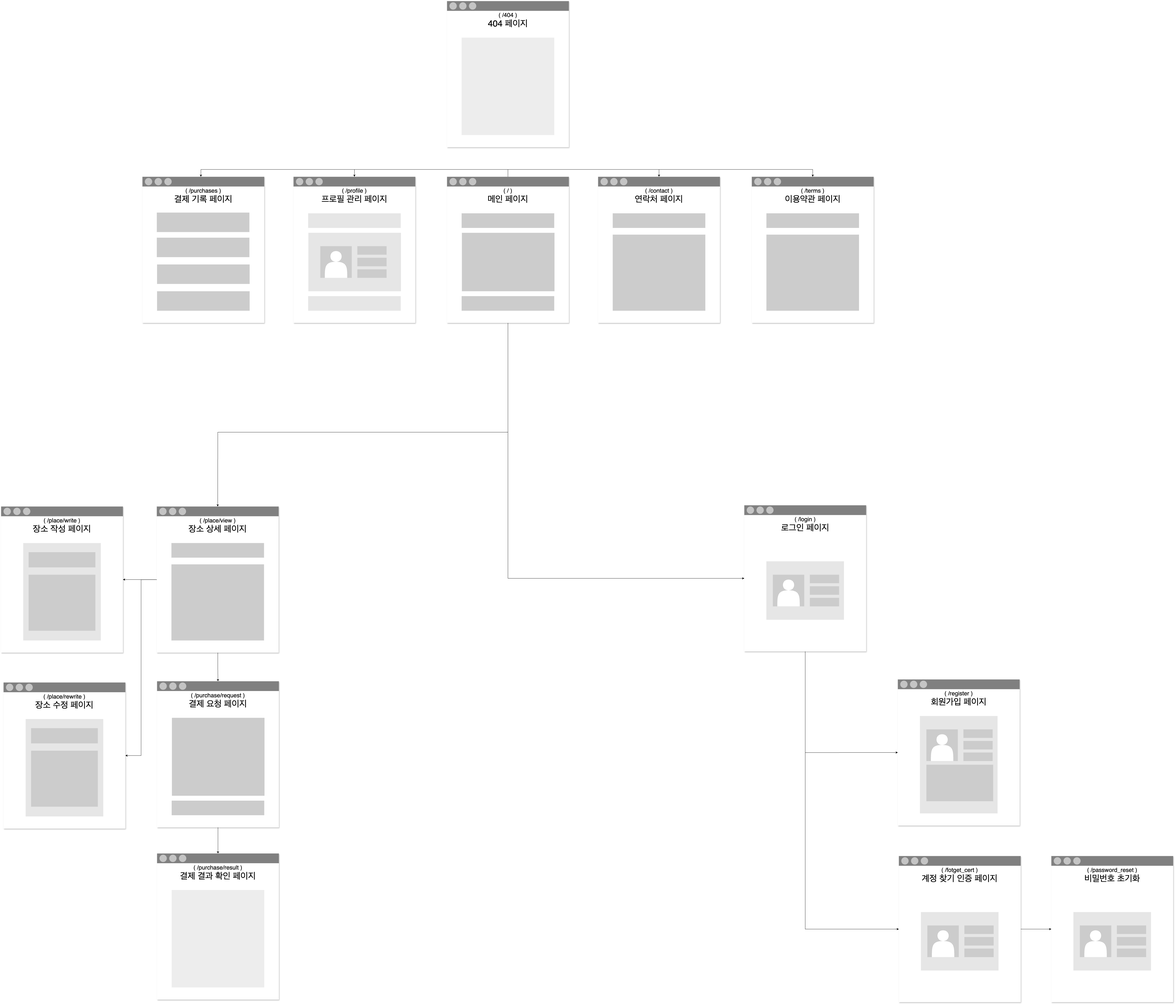
Earlier version of the draw.io export Docs/sitemap.drawio.png (astlexbudler/Apy_Thesoom). Source tidied: cells renumbered, new cells last; positions are measured from the earlier drawing's top-left corner, leaving out a move shared by most shapes.
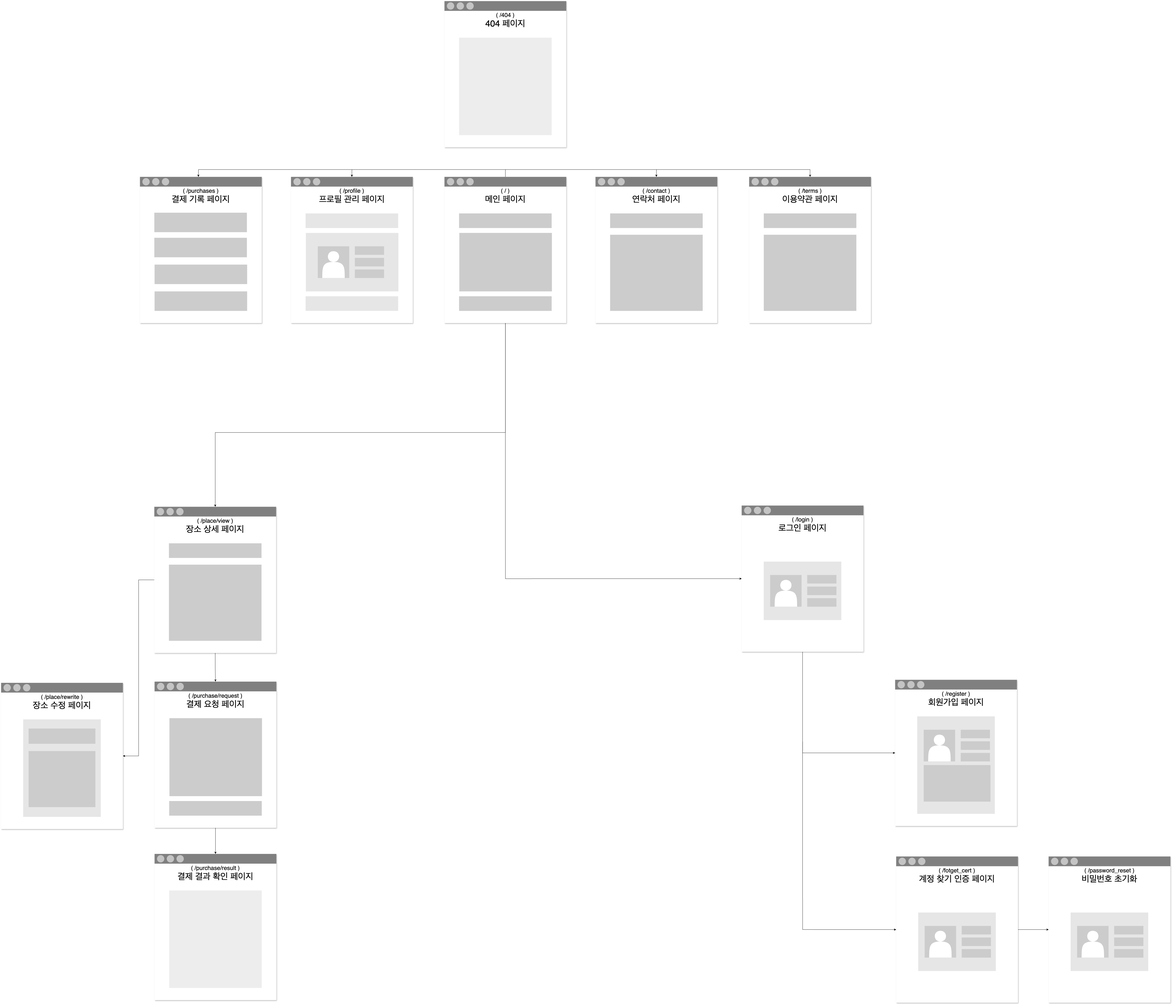
After the change.

The edit, as a diff of the source:
```diff
@@ -355,9 +355,6 @@
     <mxCell id="110" style="shape=ext;double=1;rounded=0;whiteSpace=wrap;html=1;strokeColor=none;fillColor=#CCCCCC;" parent="1" vertex="1">
       <mxGeometry x="3140.8" y="958.8" width="380" height="312.5" as="geometry" />
     </mxCell>
-    <mxCell id="111" style="edgeStyle=orthogonalEdgeStyle;rounded=0;jettySize=auto;html=1;" parent="1" edge="1" source="114" target="123">
-      <mxGeometry relative="1" as="geometry" />
-    </mxCell>
     <mxCell id="112" style="edgeStyle=orthogonalEdgeStyle;rounded=0;jettySize=auto;html=1;entryX=0.5;entryY=0;entryDx=0;entryDy=0;" parent="1" edge="1" source="114" target="135">
       <mxGeometry relative="1" as="geometry" />
     </mxCell>
@@ -391,36 +388,6 @@
     <mxCell id="122" style="shape=ext;double=1;rounded=0;whiteSpace=wrap;html=1;strokeColor=none;fillColor=#CCCCCC;" parent="1" vertex="1">
       <mxGeometry x="699" y="2312.5" width="380" height="312.5" as="geometry" />
     </mxCell>
-    <mxCell id="123" style="rounded=0;whiteSpace=wrap;html=1;strokeColor=none;shadow=1;" parent="1" vertex="1">
-      <mxGeometry y="2075" width="500" height="600" as="geometry" />
-    </mxCell>
-    <mxCell id="124" style="rounded=0;whiteSpace=wrap;html=1;fillColor=#808080;shadow=0;strokeColor=none;" parent="1" vertex="1">
-      <mxGeometry y="2075" width="500" height="40" as="geometry" />
-    </mxCell>
-    <mxCell id="125" style="ellipse;whiteSpace=wrap;html=1;strokeColor=none;fillColor=#C4C4C4;" parent="1" vertex="1">
-      <mxGeometry x="10" y="2080" width="30" height="30" as="geometry" />
-    </mxCell>
-    <mxCell id="126" style="ellipse;whiteSpace=wrap;html=1;strokeColor=none;fillColor=#C4C4C4;" parent="1" vertex="1">
-      <mxGeometry x="50" y="2080" width="30" height="30" as="geometry" />
-    </mxCell>
-    <mxCell id="127" style="ellipse;whiteSpace=wrap;html=1;strokeColor=none;fillColor=#C4C4C4;" parent="1" vertex="1">
-      <mxGeometry x="90" y="2080" width="30" height="30" as="geometry" />
-    </mxCell>
-    <mxCell id="128" value="&lt;span style=&quot;font-size: 24px;&quot;&gt;( /place/write )&lt;/span&gt;" style="text;html=1;align=center;verticalAlign=middle;whiteSpace=wrap;rounded=0;" parent="1" vertex="1">
-      <mxGeometry y="2118" width="500" height="30" as="geometry" />
-    </mxCell>
-    <mxCell id="129" value="&lt;span style=&quot;font-size: 36px;&quot;&gt;장소 작성 페이지&lt;/span&gt;" style="text;html=1;align=center;verticalAlign=middle;whiteSpace=wrap;rounded=0;" parent="1" vertex="1">
-      <mxGeometry y="2152" width="500" height="30" as="geometry" />
-    </mxCell>
-    <mxCell id="130" style="shape=ext;double=1;rounded=0;whiteSpace=wrap;html=1;strokeColor=none;fillColor=#E6E6E6;" parent="1" vertex="1">
-      <mxGeometry x="90.8" y="2225" width="318.5" height="400" as="geometry" />
-    </mxCell>
-    <mxCell id="131" style="rounded=0;whiteSpace=wrap;html=1;strokeColor=none;fillColor=#CCCCCC;" parent="1" vertex="1">
-      <mxGeometry x="113" y="2355" width="274" height="230" as="geometry" />
-    </mxCell>
-    <mxCell id="132" style="rounded=0;whiteSpace=wrap;html=1;strokeColor=none;fillColor=#CCCCCC;" parent="1" vertex="1">
-      <mxGeometry x="113" y="2262.5" width="274" height="62.5" as="geometry" />
-    </mxCell>
     <mxCell id="133" style="edgeStyle=orthogonalEdgeStyle;rounded=0;jettySize=auto;html=1;entryX=0.5;entryY=0;entryDx=0;entryDy=0;" parent="1" edge="1" source="134" target="159">
       <mxGeometry relative="1" as="geometry" />
     </mxCell>
```
